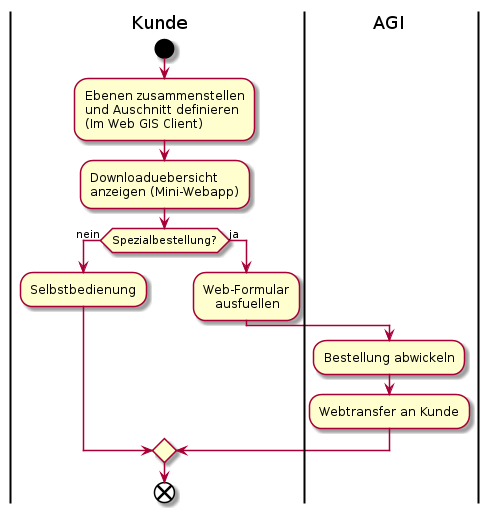
simi-so/mm keeps this PlantUML diagram as puml_output/ablauf_datenbezug.png. Above is the earlier version.
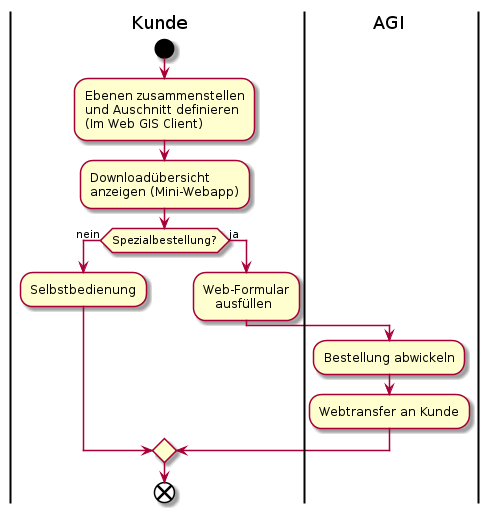
The same file after the commit.

What changed in the source:
```diff
@@ -4,13 +4,13 @@
 :Ebenen zusammenstellen
 und Auschnitt definieren
 (Im Web GIS Client);
-:Downloaduebersicht
+:Downloadübersicht
 anzeigen (Mini-Webapp);
 if (Spezialbestellung?) then (nein)
 	:Selbstbedienung;
 else (ja)
 	:Web-Formular
-    ausfuellen;
+    ausfüllen;
     |AGI|
     :Bestellung abwickeln;
     :Webtransfer an Kunde;
```
